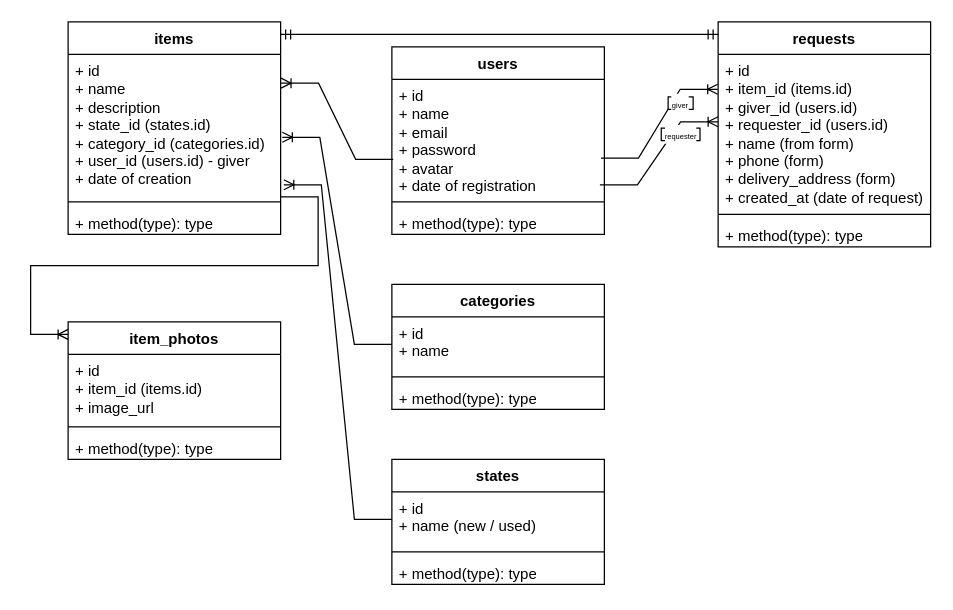
Earlier version of the draw.io diagram docs/db_schema_darunky.drawio (MyPythonRepository/darunky2025). Source tidied: cells renumbered, new cells numbered last; positions are measured from the earlier drawing's top-left corner, leaving out a move shared by most shapes. Both pictures are drawn from the tidied source at 125%, with x=0, y=0 at pixel (68, -329).
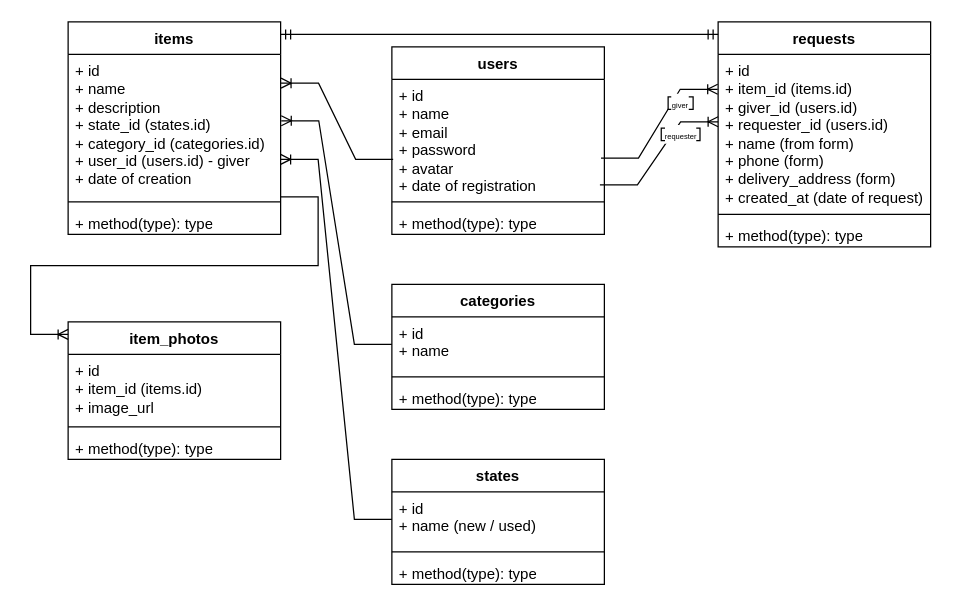
The same diagram, later.

The change refers to these unchanged cells:
```xml
<mxCell id="7" value="+ id&lt;div&gt;+ name&lt;/div&gt;&lt;div&gt;+ description&lt;/div&gt;&lt;div&gt;+ state_id (states.id)&lt;/div&gt;&lt;div&gt;+&amp;nbsp;category_id (categories.id)&lt;/div&gt;&lt;div&gt;&lt;span style=&quot;background-color: transparent; color: light-dark(rgb(0, 0, 0), rgb(255, 255, 255));&quot;&gt;+ user_id (users.id) - giver&lt;/span&gt;&lt;/div&gt;&lt;div&gt;+ date of creation&lt;span style=&quot;background-color: transparent; color: light-dark(rgb(0, 0, 0), rgb(255, 255, 255));&quot;&gt;&lt;/span&gt;&lt;/div&gt;" style="text;strokeColor=none;fillColor=none;align=left;verticalAlign=top;spacingLeft=4;spacingRight=4;overflow=hidden;points=[[0,0.5],[1,0.5]];portConstraint=eastwest;whiteSpace=wrap;html=1;" parent="6" vertex="1">
  <mxGeometry y="26" width="170" height="114" as="geometry" />
</mxCell>
<mxCell id="11" value="+ id&lt;div&gt;+ name&lt;/div&gt;&lt;div&gt;&lt;br&gt;&lt;/div&gt;" style="text;strokeColor=none;fillColor=none;align=left;verticalAlign=top;spacingLeft=4;spacingRight=4;overflow=hidden;points=[[0,0.5],[1,0.5]];portConstraint=eastwest;whiteSpace=wrap;html=1;" parent="10" vertex="1">
  <mxGeometry y="26" width="170" height="44" as="geometry" />
</mxCell>
<mxCell id="28" value="+ id&lt;div&gt;+ name&amp;nbsp;&lt;span style=&quot;background-color: transparent; color: light-dark(rgb(0, 0, 0), rgb(255, 255, 255));&quot;&gt;(new / used)&lt;/span&gt;&lt;/div&gt;&lt;div&gt;&lt;br&gt;&lt;/div&gt;" style="text;strokeColor=none;fillColor=none;align=left;verticalAlign=top;spacingLeft=4;spacingRight=4;overflow=hidden;points=[[0,0.5],[1,0.5]];portConstraint=eastwest;whiteSpace=wrap;html=1;" parent="27" vertex="1">
  <mxGeometry y="26" width="170" height="44" as="geometry" />
</mxCell>
```

Diff of the diagram source:
```diff
@@
-    <mxCell id="24" style="edgeStyle=entityRelationEdgeStyle;shape=connector;rounded=0;jettySize=auto;html=1;strokeColor=default;align=center;verticalAlign=middle;fontFamily=Helvetica;fontSize=12;fontColor=default;labelBackgroundColor=default;endArrow=ERoneToMany;exitX=0;exitY=0.5;exitDx=0;exitDy=0;entryX=1.008;entryY=0.582;entryDx=0;entryDy=0;entryPerimeter=0;" parent="1" edge="1" source="11" target="7">
+    <mxCell id="24" style="edgeStyle=entityRelationEdgeStyle;shape=connector;rounded=0;jettySize=auto;html=1;strokeColor=default;align=center;verticalAlign=middle;fontFamily=Helvetica;fontSize=12;fontColor=default;labelBackgroundColor=default;endArrow=ERoneToMany;exitX=0;exitY=0.5;exitDx=0;exitDy=0;entryX=1.003;entryY=0.466;entryDx=0;entryDy=0;entryPerimeter=0;" parent="1" edge="1" source="11" target="7">
       <mxGeometry relative="1" as="geometry">
         <Array as="points">
           <mxPoint x="310" y="570" />
           <mxPoint x="300" y="570" />
           <mxPoint x="270" y="590" />
           <mxPoint x="170" y="380" />
         </Array>
       </mxGeometry>
     </mxCell>
@@
-    <mxCell id="31" style="edgeStyle=entityRelationEdgeStyle;shape=connector;rounded=0;jettySize=auto;html=1;strokeColor=default;align=center;verticalAlign=middle;fontFamily=Helvetica;fontSize=12;fontColor=default;labelBackgroundColor=default;endArrow=ERoneToMany;exitX=0;exitY=0.5;exitDx=0;exitDy=0;entryX=1.015;entryY=0.915;entryDx=0;entryDy=0;entryPerimeter=0;" parent="1" edge="1" source="28" target="7">
+    <mxCell id="31" style="edgeStyle=entityRelationEdgeStyle;shape=connector;rounded=0;jettySize=auto;html=1;strokeColor=default;align=center;verticalAlign=middle;fontFamily=Helvetica;fontSize=12;fontColor=default;labelBackgroundColor=default;endArrow=ERoneToMany;exitX=0;exitY=0.5;exitDx=0;exitDy=0;entryX=1;entryY=0.737;entryDx=0;entryDy=0;entryPerimeter=0;" parent="1" edge="1" source="28" target="7">
       <mxGeometry relative="1" as="geometry">
         <Array as="points">
           <mxPoint x="360" y="728" />
           <mxPoint x="350" y="728" />
           <mxPoint x="140" y="720" />
           <mxPoint x="320" y="748" />
           <mxPoint x="150" y="710" />
           <mxPoint x="220" y="538" />
         </Array>
       </mxGeometry>
     </mxCell>
```
